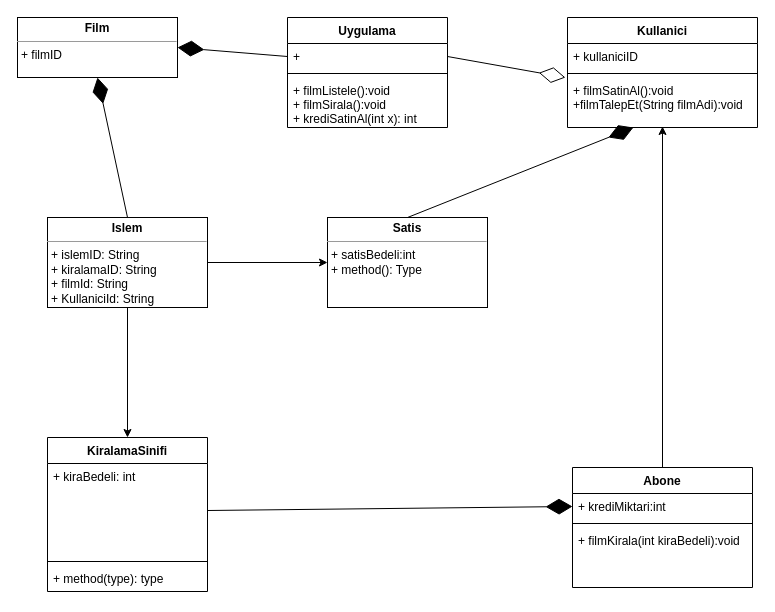
This is src/umldiagrams/film.drawio from korkmazalper/oop, a draw.io file, before an edit. Source tidied: cells renumbered, new cells numbered last; positions are measured from the earlier drawing's top-left corner, leaving out a move shared by most shapes. Both pictures are drawn from the tidied source at 100%, with x=0, y=0 at pixel (17, 17).
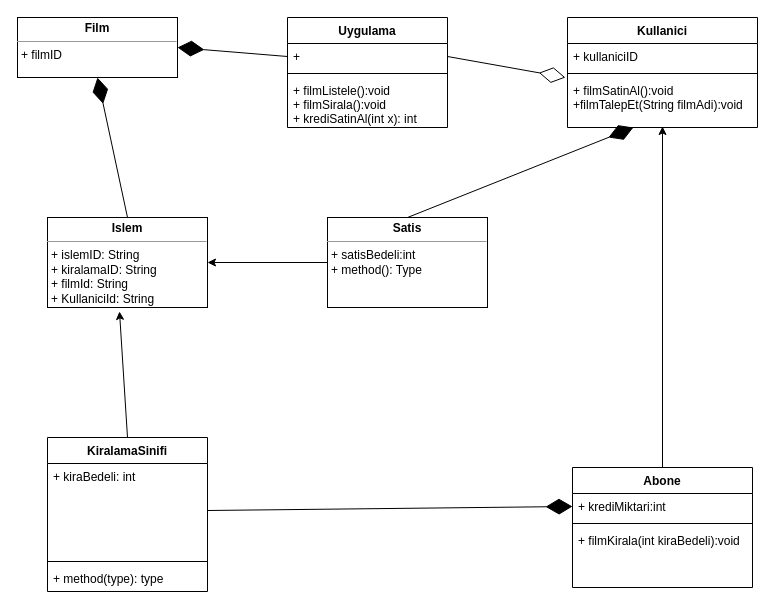
The same page after the edit.

Commit message (it also covers changes not shown here):
film modeli uml

Unchanged cells that the change refers to:
```xml
<mxCell id="18" value="KiralamaSinifi" style="swimlane;fontStyle=1;align=center;verticalAlign=top;horizontal=1;startSize=26;" parent="1" vertex="1">
  <mxGeometry x="30" y="420" width="160" height="154" as="geometry" />
</mxCell>
<mxCell id="25" value="&lt;p style=&quot;margin: 0px ; margin-top: 4px ; text-align: center&quot;&gt;&lt;b&gt;Islem&lt;/b&gt;&lt;/p&gt;&lt;hr size=&quot;1&quot;&gt;&lt;p style=&quot;margin: 0px ; margin-left: 4px&quot;&gt;+ islemID: String&lt;/p&gt;&lt;p style=&quot;margin: 0px ; margin-left: 4px&quot;&gt;+ kiralamaID: String&lt;br style=&quot;padding: 0px ; margin: 0px&quot;&gt;+ filmId: String&lt;br style=&quot;padding: 0px ; margin: 0px&quot;&gt;+ KullaniciId: String&lt;/p&gt;" style="verticalAlign=top;align=left;overflow=fill;fontSize=12;fontFamily=Helvetica;html=1;" parent="1" vertex="1">
  <mxGeometry x="30" y="200" width="160" height="90" as="geometry" />
</mxCell>
<mxCell id="26" value="&lt;p style=&quot;margin: 0px ; margin-top: 4px ; text-align: center&quot;&gt;&lt;b&gt;Satis&lt;/b&gt;&lt;/p&gt;&lt;hr size=&quot;1&quot;&gt;&lt;p style=&quot;margin: 0px ; margin-left: 4px&quot;&gt;+ satisBedeli:int&lt;/p&gt;&lt;p style=&quot;margin: 0px ; margin-left: 4px&quot;&gt;&lt;span&gt;+ method(): Type&lt;/span&gt;&lt;/p&gt;" style="verticalAlign=top;align=left;overflow=fill;fontSize=12;fontFamily=Helvetica;html=1;" parent="1" vertex="1">
  <mxGeometry x="310" y="200" width="160" height="90" as="geometry" />
</mxCell>
```

The edit, as a diff of the source:
```diff
@@
-    <mxCell id="24" style="edgeStyle=none;html=1;" parent="1" edge="1" source="25" target="26">
+    <mxCell id="24" style="edgeStyle=none;html=1;exitX=0;exitY=0.5;exitDx=0;exitDy=0;entryX=1;entryY=0.5;entryDx=0;entryDy=0;" parent="1" edge="1" source="26" target="25">
       <mxGeometry relative="1" as="geometry" />
     </mxCell>
@@
-    <mxCell id="27" style="edgeStyle=none;html=1;exitX=0.5;exitY=1;exitDx=0;exitDy=0;entryX=0.5;entryY=0;entryDx=0;entryDy=0;" parent="1" edge="1" source="25" target="18">
+    <mxCell id="27" style="edgeStyle=none;html=1;exitX=0.5;exitY=0;exitDx=0;exitDy=0;entryX=0.45;entryY=1.044;entryDx=0;entryDy=0;entryPerimeter=0;" parent="1" edge="1" source="18" target="25">
       <mxGeometry relative="1" as="geometry" />
     </mxCell>
```
